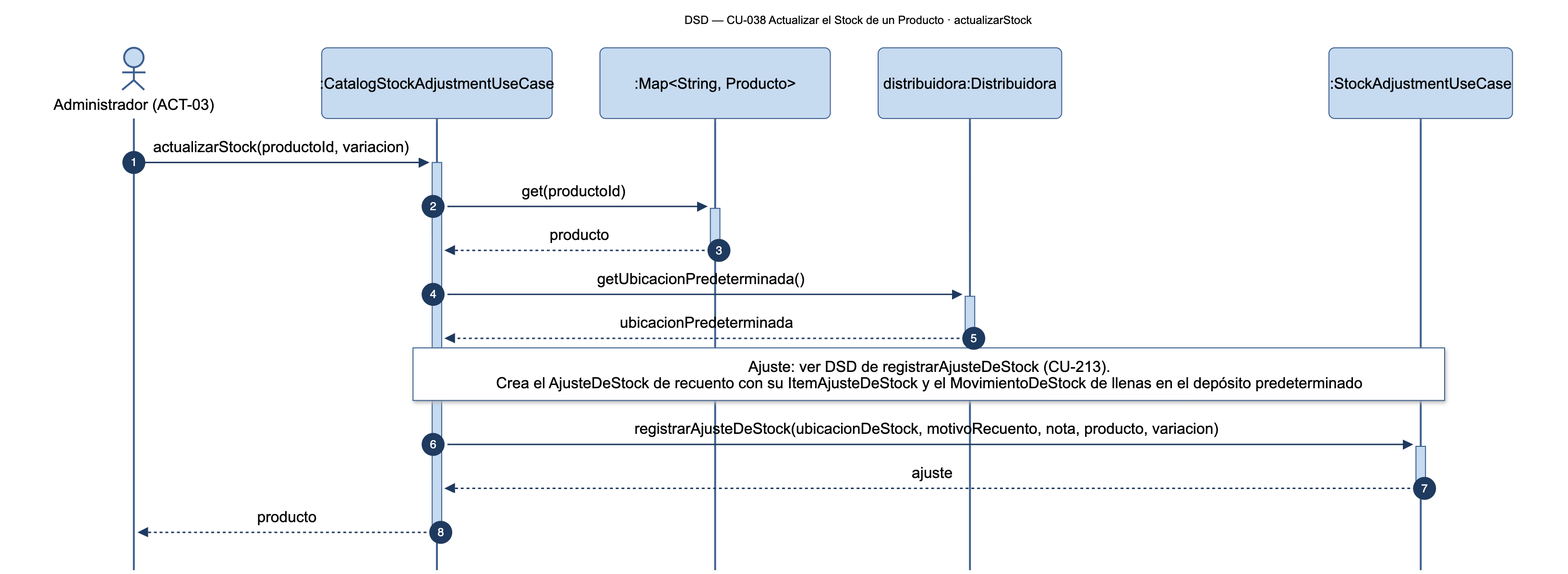
Before: diagramas/png/DSD_CU-038_actualizarStock.png, a diagram exported from Mermaid (Nahuelito-Dev/splg-docs). Its source is kept beside it as diagramas/DSD_CU-038_actualizarStock.mmd.
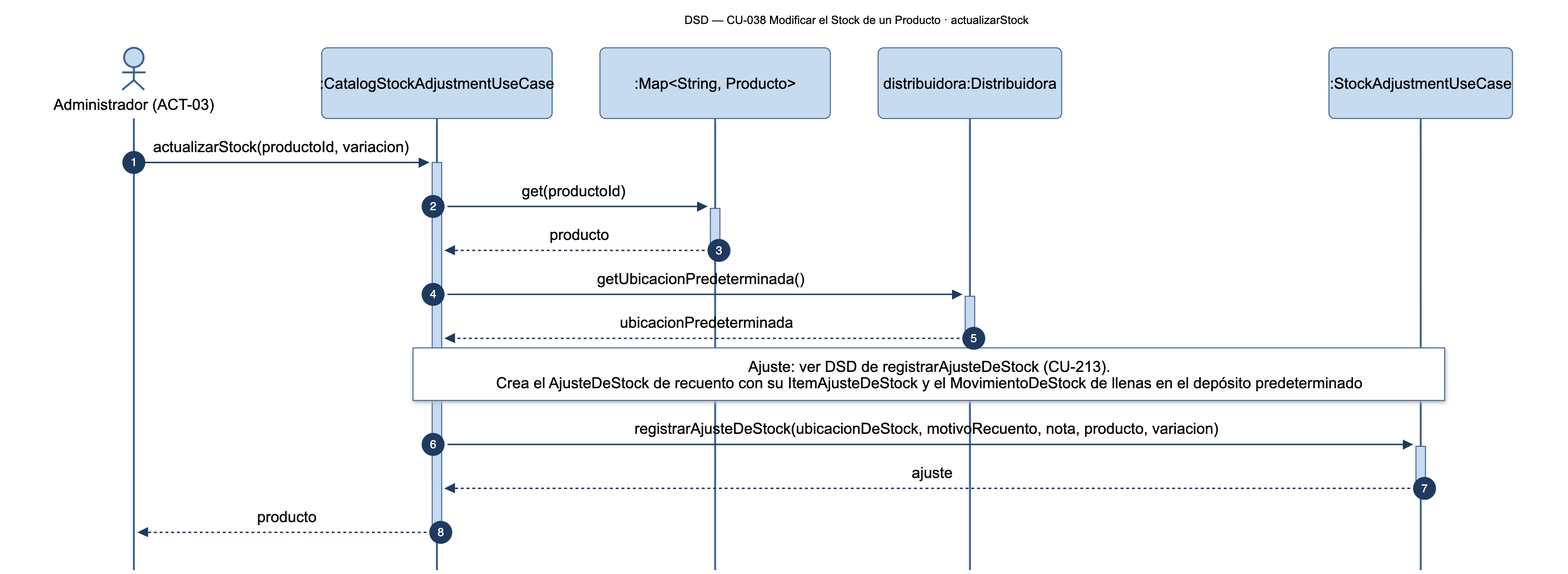
Later version of the same file.

What changed in the source:
```diff
@@ -1,5 +1,5 @@
 sequenceDiagram
-    title DSD — CU-038 Actualizar el Stock de un Producto · actualizarStock
+    title DSD — CU-038 Modificar el Stock de un Producto · actualizarStock
     autonumber
     actor ADM as Administrador (ACT-03)
     participant SRV as :CatalogStockAdjustmentUseCase
```
